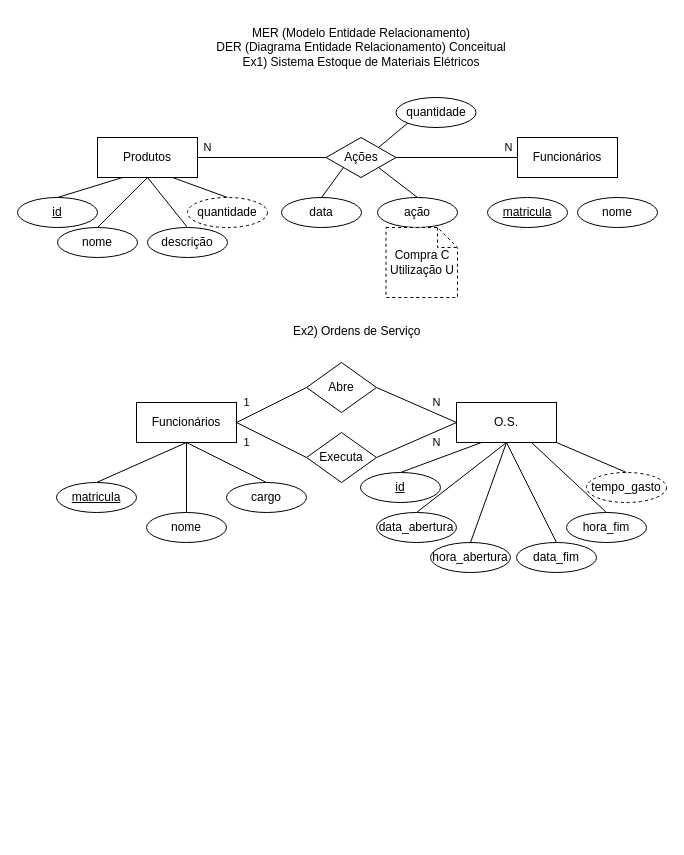
Earlier version of the draw.io diagram 2des/03-bcd/aula02/correcao_ex1_ex2.drawio (Kcioban/DSFork). Source tidied: cells renumbered, new cells numbered last; positions are measured from the earlier drawing's top-left corner, leaving out a move shared by most shapes. Both pictures are drawn from the tidied source at 100%, with x=0, y=0 at pixel (17, 17).
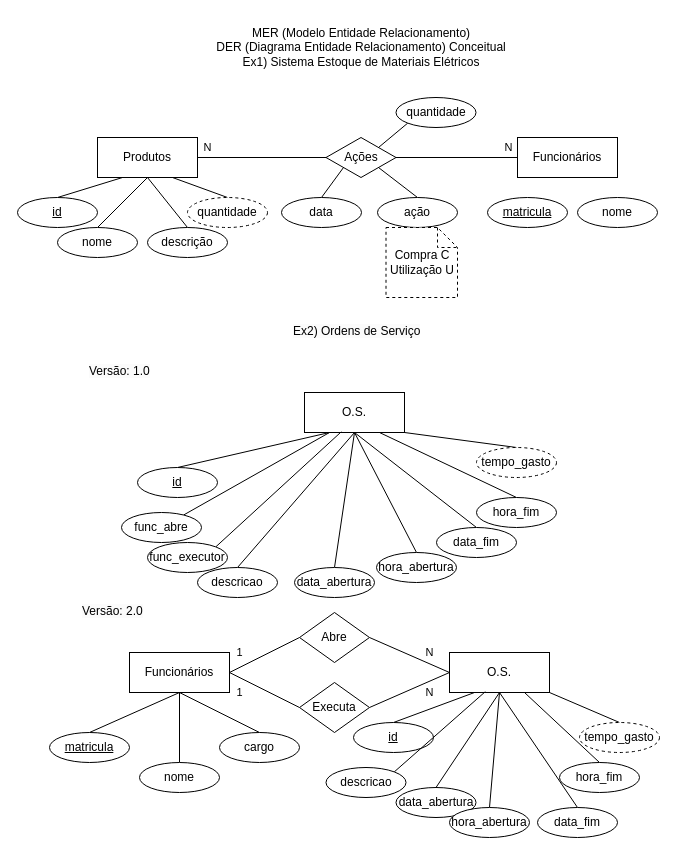
The same page after the edit.

Change to the diagram source:
```diff
@@
     <mxCell id="28" value="Funcionários" style="whiteSpace=wrap;html=1;align=center;" parent="1" vertex="1">
-      <mxGeometry x="119" y="385" width="100" height="40" as="geometry" />
+      <mxGeometry x="112" y="635" width="100" height="40" as="geometry" />
     </mxCell>
     <mxCell id="29" value="O.S." style="whiteSpace=wrap;html=1;align=center;" parent="1" vertex="1">
-      <mxGeometry x="439" y="385" width="100" height="40" as="geometry" />
+      <mxGeometry x="432" y="635" width="100" height="40" as="geometry" />
     </mxCell>
@@
     <mxCell id="31" value="matricula" style="ellipse;whiteSpace=wrap;html=1;align=center;fontStyle=4;" parent="1" vertex="1">
-      <mxGeometry x="39" y="465" width="80" height="30" as="geometry" />
+      <mxGeometry x="32" y="715" width="80" height="30" as="geometry" />
     </mxCell>
@@
     <mxCell id="33" value="nome" style="ellipse;whiteSpace=wrap;html=1;align=center;fontStyle=0;" parent="1" vertex="1">
-      <mxGeometry x="129" y="495" width="80" height="30" as="geometry" />
+      <mxGeometry x="122" y="745" width="80" height="30" as="geometry" />
     </mxCell>
@@
     <mxCell id="35" value="cargo" style="ellipse;whiteSpace=wrap;html=1;align=center;fontStyle=0;" parent="1" vertex="1">
-      <mxGeometry x="209" y="465" width="80" height="30" as="geometry" />
+      <mxGeometry x="202" y="715" width="80" height="30" as="geometry" />
     </mxCell>
     <mxCell id="36" value="N" style="edgeStyle=none;rounded=0;jettySize=auto;html=1;exitX=1;exitY=0.5;exitDx=0;exitDy=0;endArrow=none;endFill=0;" parent="1" edge="1" source="37">
       <mxGeometry x="0.4" y="10" relative="1" as="geometry">
-        <mxPoint x="439" y="405" as="targetPoint" />
+        <mxPoint x="432" y="655" as="targetPoint" />
       </mxGeometry>
     </mxCell>
     <mxCell id="37" value="Abre" style="shape=rhombus;perimeter=rhombusPerimeter;whiteSpace=wrap;html=1;align=center;" parent="1" vertex="1">
-      <mxGeometry x="289" y="345" width="70" height="50" as="geometry" />
+      <mxGeometry x="282" y="595" width="70" height="50" as="geometry" />
     </mxCell>
@@
     <mxCell id="39" value="Executa" style="shape=rhombus;perimeter=rhombusPerimeter;whiteSpace=wrap;html=1;align=center;" parent="1" vertex="1">
-      <mxGeometry x="289" y="415" width="70" height="50" as="geometry" />
+      <mxGeometry x="282" y="665" width="70" height="50" as="geometry" />
     </mxCell>
@@
     <mxCell id="41" value="data_abertura" style="ellipse;whiteSpace=wrap;html=1;align=center;fontStyle=0;" parent="1" vertex="1">
-      <mxGeometry x="359" y="495" width="80" height="30" as="geometry" />
+      <mxGeometry x="378.5" y="770" width="80" height="30" as="geometry" />
     </mxCell>
@@
     <mxCell id="43" value="hora_abertura" style="ellipse;whiteSpace=wrap;html=1;align=center;fontStyle=0;" parent="1" vertex="1">
-      <mxGeometry x="413" y="525" width="80" height="30" as="geometry" />
+      <mxGeometry x="432" y="790" width="80" height="30" as="geometry" />
     </mxCell>
@@
     <mxCell id="45" value="data_fim" style="ellipse;whiteSpace=wrap;html=1;align=center;fontStyle=0;" parent="1" vertex="1">
-      <mxGeometry x="499" y="525" width="80" height="30" as="geometry" />
+      <mxGeometry x="520" y="790" width="80" height="30" as="geometry" />
     </mxCell>
@@
     <mxCell id="47" value="hora_fim" style="ellipse;whiteSpace=wrap;html=1;align=center;fontStyle=0;" parent="1" vertex="1">
-      <mxGeometry x="549" y="495" width="80" height="30" as="geometry" />
+      <mxGeometry x="542" y="745" width="80" height="30" as="geometry" />
     </mxCell>
@@
     <mxCell id="49" value="tempo_gasto" style="ellipse;whiteSpace=wrap;html=1;align=center;fontStyle=0;dashed=1;" parent="1" vertex="1">
-      <mxGeometry x="569" y="455" width="80" height="30" as="geometry" />
+      <mxGeometry x="562" y="705" width="80" height="30" as="geometry" />
     </mxCell>
@@
     <mxCell id="51" value="id" style="ellipse;whiteSpace=wrap;html=1;align=center;fontStyle=4;" parent="1" vertex="1">
-      <mxGeometry x="343" y="455" width="80" height="30" as="geometry" />
+      <mxGeometry x="336" y="705" width="80" height="30" as="geometry" />
     </mxCell>
+    <mxCell id="52" value="&lt;span style=&quot;color: rgb(0, 0, 0); font-family: Helvetica; font-size: 12px; font-style: normal; font-variant-ligatures: normal; font-variant-caps: normal; font-weight: 400; letter-spacing: normal; orphans: 2; text-align: center; text-indent: 0px; text-transform: none; widows: 2; word-spacing: 0px; -webkit-text-stroke-width: 0px; background-color: rgb(251, 251, 251); text-decoration-thickness: initial; text-decoration-style: initial; text-decoration-color: initial; float: none; display: inline !important;&quot;&gt;Versão: 1.0&lt;/span&gt;" style="text;whiteSpace=wrap;html=1;" parent="1" vertex="1">
+      <mxGeometry x="70" y="340" width="70" height="30" as="geometry" />
+    </mxCell>
+    <mxCell id="53" value="O.S." style="whiteSpace=wrap;html=1;align=center;" parent="1" vertex="1">
+      <mxGeometry x="287" y="375" width="100" height="40" as="geometry" />
+    </mxCell>
+    <mxCell id="54" style="edgeStyle=none;rounded=0;jettySize=auto;html=1;exitX=0.5;exitY=0;exitDx=0;exitDy=0;entryX=0.5;entryY=1;entryDx=0;entryDy=0;endArrow=none;endFill=0;" parent="1" edge="1" source="55" target="53">
+      <mxGeometry relative="1" as="geometry" />
+    </mxCell>
+    <mxCell id="55" value="data_abertura" style="ellipse;whiteSpace=wrap;html=1;align=center;fontStyle=0;" parent="1" vertex="1">
+      <mxGeometry x="277" y="550" width="80" height="30" as="geometry" />
+    </mxCell>
+    <mxCell id="56" style="edgeStyle=none;rounded=0;jettySize=auto;html=1;exitX=0.5;exitY=0;exitDx=0;exitDy=0;entryX=0.5;entryY=1;entryDx=0;entryDy=0;endArrow=none;endFill=0;" parent="1" edge="1" source="57" target="53">
+      <mxGeometry relative="1" as="geometry" />
+    </mxCell>
+    <mxCell id="57" value="hora_abertura" style="ellipse;whiteSpace=wrap;html=1;align=center;fontStyle=0;" parent="1" vertex="1">
+      <mxGeometry x="359" y="535" width="80" height="30" as="geometry" />
+    </mxCell>
+    <mxCell id="58" style="edgeStyle=none;rounded=0;jettySize=auto;html=1;exitX=0.5;exitY=0;exitDx=0;exitDy=0;entryX=0.5;entryY=1;entryDx=0;entryDy=0;endArrow=none;endFill=0;" parent="1" edge="1" source="59" target="53">
+      <mxGeometry relative="1" as="geometry" />
+    </mxCell>
+    <mxCell id="59" value="data_fim" style="ellipse;whiteSpace=wrap;html=1;align=center;fontStyle=0;" parent="1" vertex="1">
+      <mxGeometry x="419" y="510" width="80" height="30" as="geometry" />
+    </mxCell>
+    <mxCell id="60" style="edgeStyle=none;rounded=0;jettySize=auto;html=1;exitX=0.5;exitY=0;exitDx=0;exitDy=0;entryX=0.75;entryY=1;entryDx=0;entryDy=0;endArrow=none;endFill=0;" parent="1" edge="1" source="61" target="53">
+      <mxGeometry relative="1" as="geometry" />
+    </mxCell>
+    <mxCell id="61" value="hora_fim" style="ellipse;whiteSpace=wrap;html=1;align=center;fontStyle=0;" parent="1" vertex="1">
+      <mxGeometry x="459" y="480" width="80" height="30" as="geometry" />
+    </mxCell>
+    <mxCell id="62" style="edgeStyle=none;rounded=0;jettySize=auto;html=1;exitX=0.5;exitY=0;exitDx=0;exitDy=0;entryX=1;entryY=1;entryDx=0;entryDy=0;endArrow=none;endFill=0;" parent="1" edge="1" source="63" target="53">
+      <mxGeometry relative="1" as="geometry" />
+    </mxCell>
+    <mxCell id="63" value="tempo_gasto" style="ellipse;whiteSpace=wrap;html=1;align=center;fontStyle=0;dashed=1;" parent="1" vertex="1">
+      <mxGeometry x="459" y="430" width="80" height="30" as="geometry" />
+    </mxCell>
+    <mxCell id="64" style="edgeStyle=none;rounded=0;jettySize=auto;html=1;exitX=0.5;exitY=0;exitDx=0;exitDy=0;entryX=0.25;entryY=1;entryDx=0;entryDy=0;endArrow=none;endFill=0;" parent="1" edge="1" source="65" target="53">
+      <mxGeometry relative="1" as="geometry" />
+    </mxCell>
+    <mxCell id="65" value="id" style="ellipse;whiteSpace=wrap;html=1;align=center;fontStyle=4;" parent="1" vertex="1">
+      <mxGeometry x="120" y="450" width="80" height="30" as="geometry" />
+    </mxCell>
+    <mxCell id="66" value="&lt;span style=&quot;color: rgb(0, 0, 0); font-family: Helvetica; font-size: 12px; font-style: normal; font-variant-ligatures: normal; font-variant-caps: normal; font-weight: 400; letter-spacing: normal; orphans: 2; text-align: center; text-indent: 0px; text-transform: none; widows: 2; word-spacing: 0px; -webkit-text-stroke-width: 0px; background-color: rgb(251, 251, 251); text-decoration-thickness: initial; text-decoration-style: initial; text-decoration-color: initial; float: none; display: inline !important;&quot;&gt;Versão: 2.0&lt;/span&gt;" style="text;whiteSpace=wrap;html=1;" parent="1" vertex="1">
+      <mxGeometry x="63" y="580" width="70" height="30" as="geometry" />
+    </mxCell>
+    <mxCell id="67" style="edgeStyle=none;rounded=0;jettySize=auto;html=1;endArrow=none;endFill=0;entryX=0.25;entryY=1;entryDx=0;entryDy=0;" parent="1" edge="1" source="68" target="53">
+      <mxGeometry relative="1" as="geometry" />
+    </mxCell>
+    <mxCell id="68" value="func_abre" style="ellipse;whiteSpace=wrap;html=1;align=center;fontStyle=0;" parent="1" vertex="1">
+      <mxGeometry x="104" y="495" width="80" height="30" as="geometry" />
+    </mxCell>
+    <mxCell id="69" style="edgeStyle=none;rounded=0;orthogonalLoop=1;jettySize=auto;html=1;exitX=0.5;exitY=1;exitDx=0;exitDy=0;endArrow=none;endFill=0;" parent="1" edge="1">
+      <mxGeometry relative="1" as="geometry">
+        <mxPoint x="307" y="595" as="sourcePoint" />
+        <mxPoint x="307" y="595" as="targetPoint" />
+      </mxGeometry>
+    </mxCell>
+    <mxCell id="70" style="edgeStyle=none;rounded=0;jettySize=auto;html=1;exitX=0.5;exitY=0;exitDx=0;exitDy=0;entryX=0.5;entryY=1;entryDx=0;entryDy=0;endArrow=none;endFill=0;" parent="1" edge="1" source="71" target="53">
+      <mxGeometry relative="1" as="geometry" />
+    </mxCell>
+    <mxCell id="71" value="descricao" style="ellipse;whiteSpace=wrap;html=1;align=center;fontStyle=0;" parent="1" vertex="1">
+      <mxGeometry x="180" y="550" width="80" height="30" as="geometry" />
+    </mxCell>
+    <mxCell id="72" style="edgeStyle=none;rounded=0;jettySize=auto;html=1;exitX=1;exitY=0;exitDx=0;exitDy=0;entryX=0.358;entryY=0.979;entryDx=0;entryDy=0;entryPerimeter=0;endArrow=none;endFill=0;" parent="1" edge="1" source="73" target="29">
+      <mxGeometry relative="1" as="geometry" />
+    </mxCell>
+    <mxCell id="73" value="descricao" style="ellipse;whiteSpace=wrap;html=1;align=center;fontStyle=0;" parent="1" vertex="1">
+      <mxGeometry x="308.5" y="750" width="80" height="30" as="geometry" />
+    </mxCell>
+    <mxCell id="74" style="edgeStyle=none;rounded=0;jettySize=auto;html=1;exitX=1;exitY=0;exitDx=0;exitDy=0;entryX=0.368;entryY=0.982;entryDx=0;entryDy=0;entryPerimeter=0;endArrow=none;endFill=0;" parent="1" edge="1" source="75" target="53">
+      <mxGeometry relative="1" as="geometry" />
+    </mxCell>
+    <mxCell id="75" value="func_executor" style="ellipse;whiteSpace=wrap;html=1;align=center;fontStyle=0;" parent="1" vertex="1">
+      <mxGeometry x="130" y="525" width="80" height="30" as="geometry" />
+    </mxCell>
```
